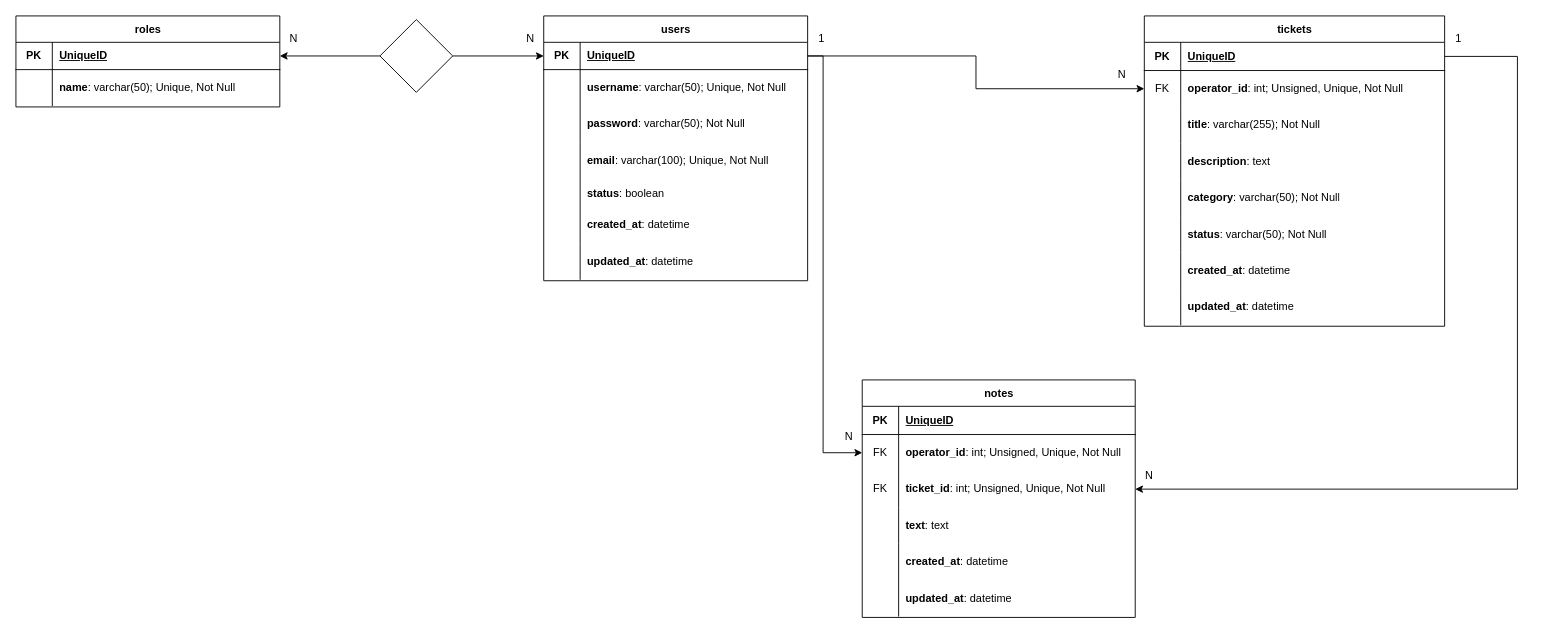
Earlier version of the draw.io diagram ticket-platform.drawio (giogiosgr/ticket-platform). Source tidied: cells renumbered, new cells numbered last; positions are measured from the earlier drawing's top-left corner, leaving out a move shared by most shapes. Both pictures are drawn from the tidied source at 91%, with x=0, y=0 at pixel (15, 15).
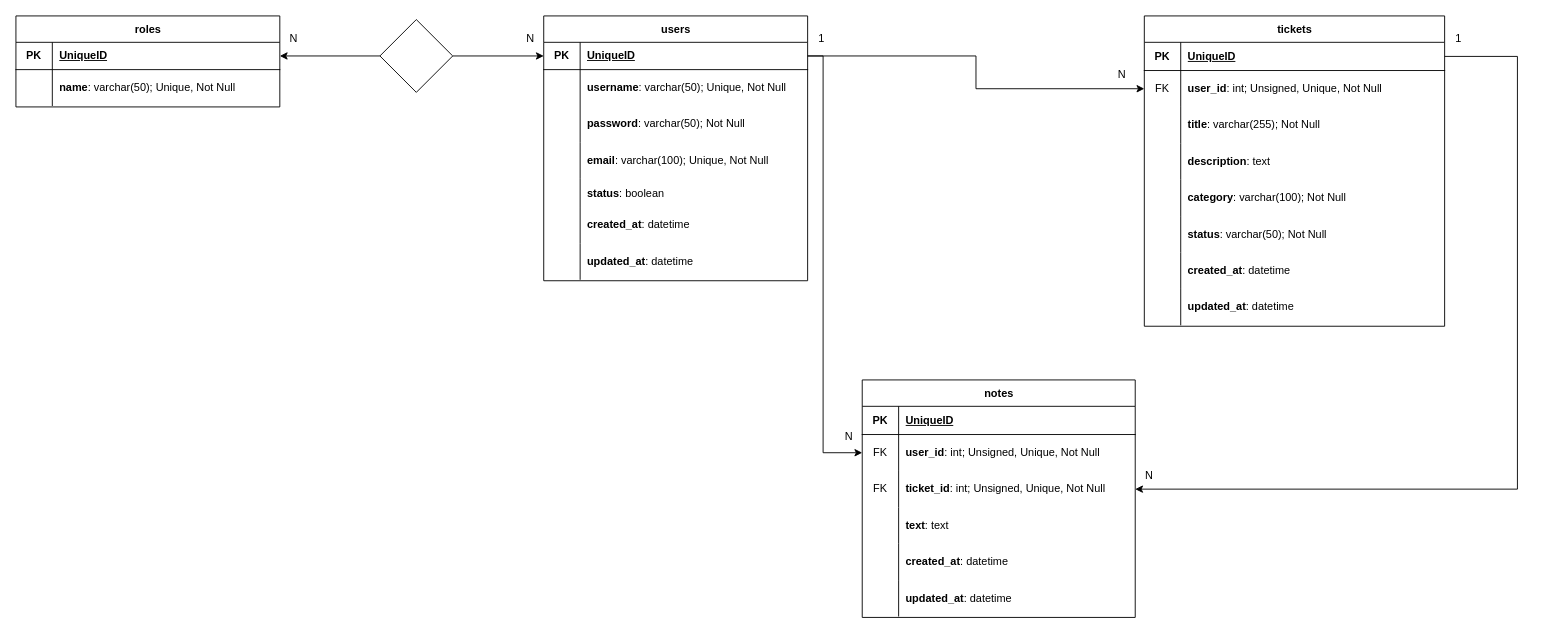
The same diagram, later.

Commit message (it also covers changes not shown here):
feat: index di Ticket, primo import

The change refers to these unchanged cells:
```xml
<mxCell id="28" style="shape=tableRow;horizontal=0;startSize=0;swimlaneHead=0;swimlaneBody=0;fillColor=none;points=[[0,0.5],[1,0.5]];portConstraint=eastwest;top=0;left=0;right=0;bottom=0;" parent="24" vertex="1">
  <mxGeometry y="60" width="330" height="40" as="geometry" />
</mxCell>
<mxCell id="37" style="shape=tableRow;horizontal=0;startSize=0;swimlaneHead=0;swimlaneBody=0;fillColor=none;top=0;left=0;right=0;bottom=0;" parent="24" vertex="1">
  <mxGeometry y="180" width="330" height="40" as="geometry" />
</mxCell>
<mxCell id="56" style="shape=tableRow;horizontal=0;startSize=0;swimlaneHead=0;swimlaneBody=0;fillColor=none;points=[[0,0.5],[1,0.5]];portConstraint=eastwest;top=0;left=0;right=0;bottom=0;" parent="52" vertex="1">
  <mxGeometry y="60" width="300" height="40" as="geometry" />
</mxCell>
```

What changed in the source:
```diff
@@
-    <mxCell id="30" value="&lt;b&gt;operator_id&lt;/b&gt;: int; Unsigned, Unique, Not Null&lt;b&gt;&amp;nbsp;&lt;/b&gt;" style="shape=partialRectangle;fillColor=none;top=0;left=0;bottom=0;right=0;align=left;spacingLeft=6;overflow=hidden;whiteSpace=wrap;html=1;" parent="28" vertex="1">
+    <mxCell id="30" value="&lt;b&gt;user_id&lt;/b&gt;: int; Unsigned, Unique, Not Null&lt;b&gt;&amp;nbsp;&lt;/b&gt;" style="shape=partialRectangle;fillColor=none;top=0;left=0;bottom=0;right=0;align=left;spacingLeft=6;overflow=hidden;whiteSpace=wrap;html=1;" parent="28" vertex="1">
       <mxGeometry x="40" width="290" height="40" as="geometry" />
     </mxCell>
@@
-    <mxCell id="39" value="&lt;b&gt;category&lt;/b&gt;: varchar(50); Not Null" style="shape=partialRectangle;fillColor=none;top=0;left=0;bottom=0;right=0;align=left;spacingLeft=6;overflow=hidden;whiteSpace=wrap;html=1;" parent="37" vertex="1">
+    <mxCell id="39" value="&lt;b&gt;category&lt;/b&gt;: varchar(100); Not Null" style="shape=partialRectangle;fillColor=none;top=0;left=0;bottom=0;right=0;align=left;spacingLeft=6;overflow=hidden;whiteSpace=wrap;html=1;" parent="37" vertex="1">
       <mxGeometry x="40" width="290" height="40" as="geometry" />
     </mxCell>
@@
-    <mxCell id="58" value="&lt;b&gt;operator_id&lt;/b&gt;: int; Unsigned, Unique, Not Null&lt;b&gt;&amp;nbsp;&lt;/b&gt;" style="shape=partialRectangle;fillColor=none;top=0;left=0;bottom=0;right=0;align=left;spacingLeft=6;overflow=hidden;whiteSpace=wrap;html=1;" parent="56" vertex="1">
+    <mxCell id="58" value="&lt;b&gt;user_id&lt;/b&gt;: int; Unsigned, Unique, Not Null&lt;b&gt;&amp;nbsp;&lt;/b&gt;" style="shape=partialRectangle;fillColor=none;top=0;left=0;bottom=0;right=0;align=left;spacingLeft=6;overflow=hidden;whiteSpace=wrap;html=1;" parent="56" vertex="1">
       <mxGeometry x="40" width="260" height="40" as="geometry" />
     </mxCell>
```
